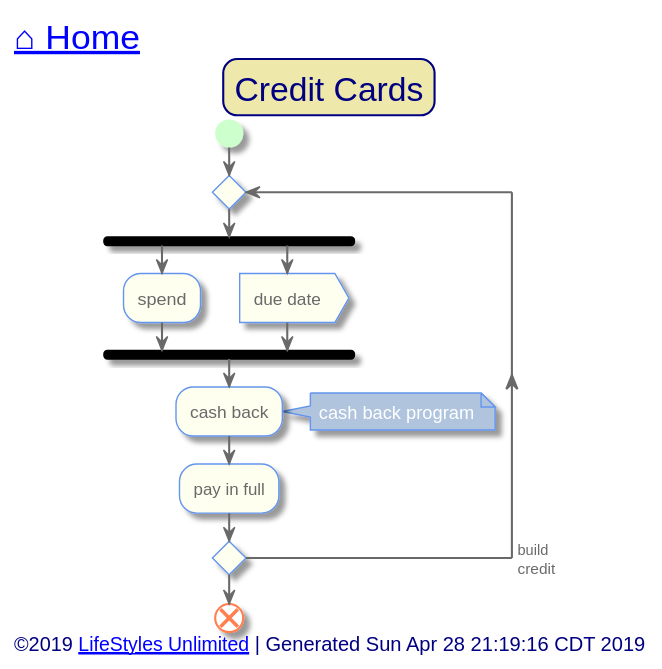
Earlier version of the PlantUML export out/src/unlimited-lifestyle/credit-cards.svg (toddmo/lifestylesunlimited).
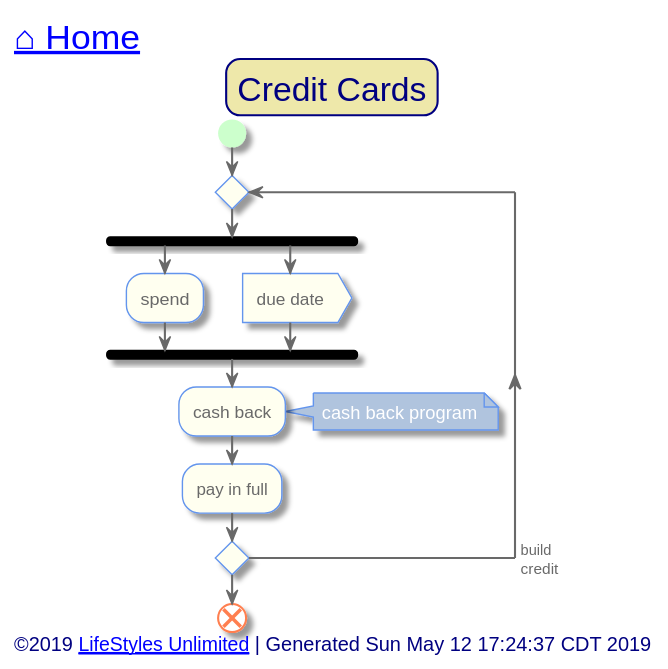
After the change.

The edit, as a diff of the source:
```diff
@@ -99,7 +99,7 @@
 
 
 left footer
-	<font size=14>©2019 [[http://www.lifestylesunlimited.com LifeStyles Unlimited]] | Generated Sun Apr 28 21:19:16 CDT 2019</font>
+	<font size=14>©2019 [[http://www.lifestylesunlimited.com LifeStyles Unlimited]] | Generated Sun May 12 17:24:37 CDT 2019</font>
 endfooter
 
 
```
